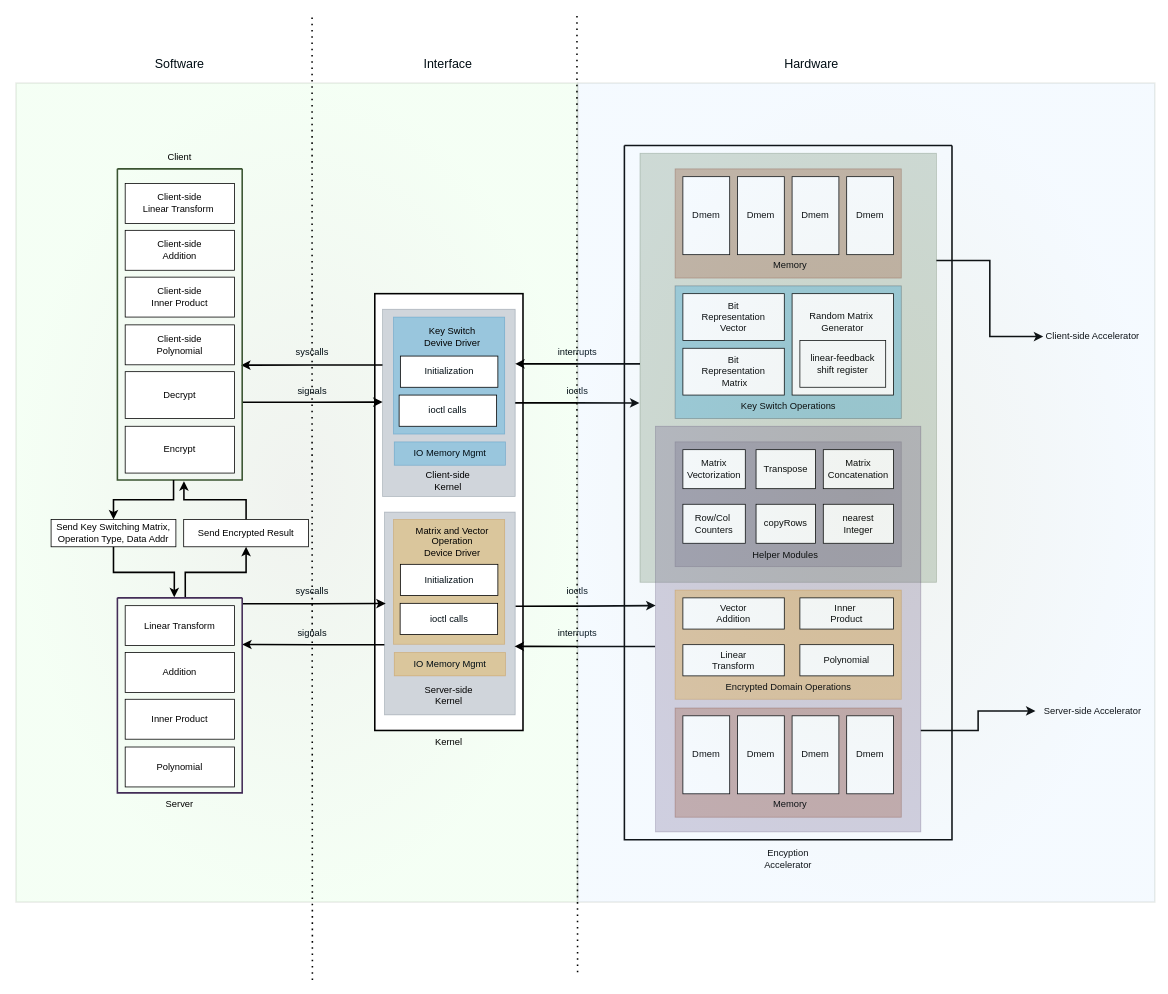
This is Design_Overview.drawio from helloworld1921/Fully_Homomorphic_Encryption_Accelerator, a draw.io file, before an edit. Source tidied: cells renumbered, new cells numbered last; positions are measured from the earlier drawing's top-left corner, leaving out a move shared by most shapes. Both pictures are drawn from the tidied source at 78%, with x=0, y=0 at pixel (16, 14).
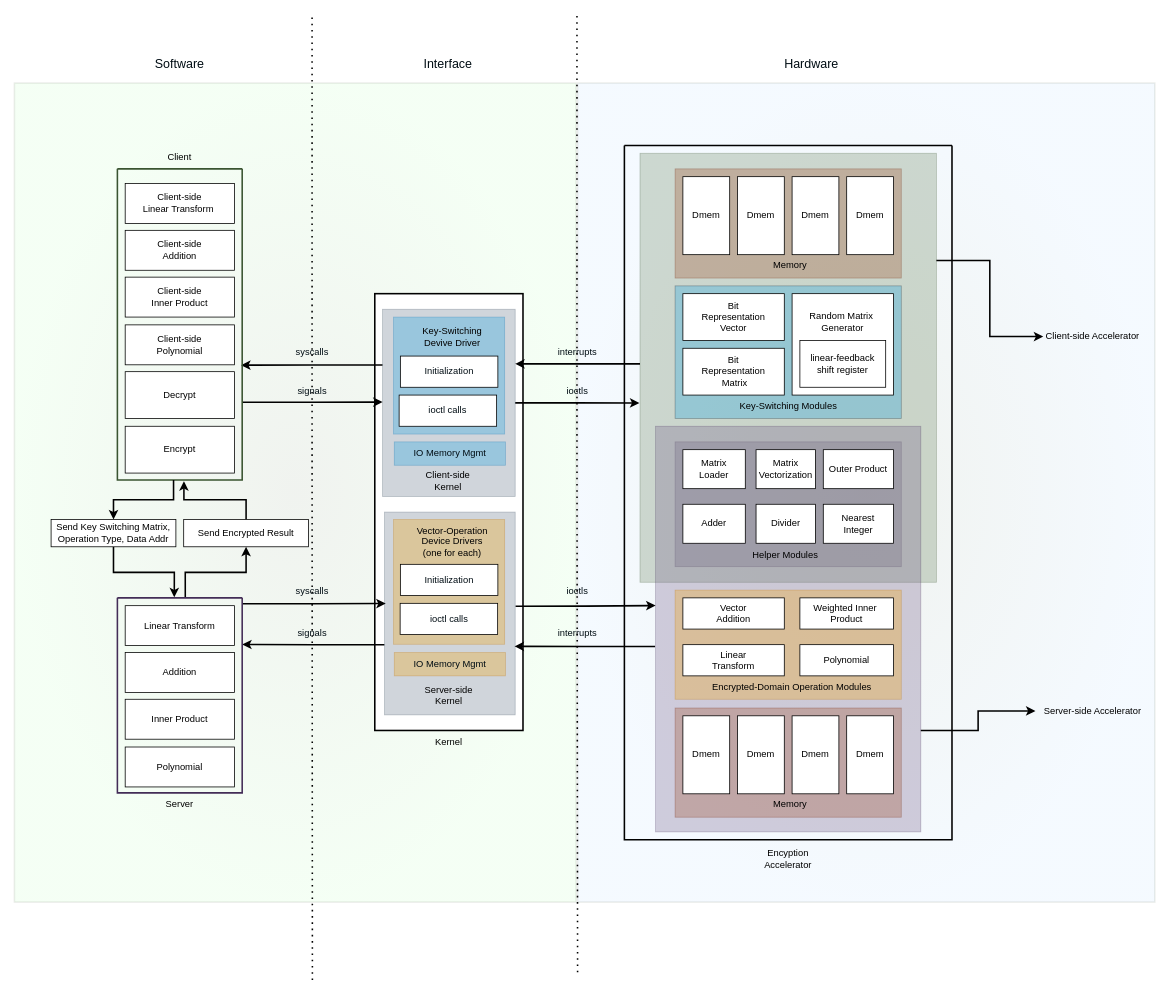
The same diagram, later.

The change refers to these unchanged cells:
```xml
<mxCell id="18" style="swimlane;startSize=0;strokeWidth=2;" parent="1" vertex="1">
  <mxGeometry x="780" y="168" width="420" height="890" as="geometry" />
</mxCell>
```

The edit, as a diff of the source:
```diff
@@
+    <mxCell id="96" style="rounded=0;whiteSpace=wrap;html=1;fontColor=#ffffff;strokeWidth=2;gradientDirection=radial;fillColor=#6d8764;strokeColor=#3A5431;opacity=10;gradientColor=#99CCFF;" parent="1" vertex="1">
+      <mxGeometry x="720" y="88" width="740" height="1050" as="geometry" />
+    </mxCell>
     <mxCell id="2" style="rounded=0;whiteSpace=wrap;html=1;fontColor=#ffffff;strokeWidth=2;gradientDirection=radial;fillColor=#6d8764;strokeColor=#3A5431;opacity=10;gradientColor=#99FF99;" parent="1" vertex="1">
-      <mxGeometry y="88" width="720" height="1050" as="geometry" />
+      <mxGeometry x="-2" y="88" width="720" height="1050" as="geometry" />
     </mxCell>
@@
-    <mxCell id="29" value="Key Switch Operations" style="text;html=1;strokeColor=none;fillColor=none;align=center;verticalAlign=middle;whiteSpace=wrap;rounded=0;opacity=30;" parent="18" vertex="1">
+    <mxCell id="29" value="Key-Switching Modules" style="text;html=1;strokeColor=none;fillColor=none;align=center;verticalAlign=middle;whiteSpace=wrap;rounded=0;opacity=30;" parent="18" vertex="1">
       <mxGeometry x="117.5" y="320" width="185" height="30" as="geometry" />
     </mxCell>
@@
-    <mxCell id="32" value="Inner&amp;nbsp;&lt;br&gt;Product" style="rounded=0;whiteSpace=wrap;html=1;" parent="18" vertex="1">
+    <mxCell id="32" value="Weighted Inner&amp;nbsp;&lt;br&gt;Product" style="rounded=0;whiteSpace=wrap;html=1;" parent="18" vertex="1">
       <mxGeometry x="225" y="580" width="120" height="40" as="geometry" />
     </mxCell>
-    <mxCell id="33" value="Encrypted Domain Operations" style="text;html=1;strokeColor=none;fillColor=none;align=center;verticalAlign=middle;whiteSpace=wrap;rounded=0;opacity=30;" parent="18" vertex="1">
-      <mxGeometry x="117.5" y="680" width="185" height="30" as="geometry" />
+    <mxCell id="33" value="Encrypted-Domain Operation Modules" style="text;html=1;strokeColor=none;fillColor=none;align=center;verticalAlign=middle;whiteSpace=wrap;rounded=0;opacity=30;" parent="18" vertex="1">
+      <mxGeometry x="110" y="680" width="210" height="30" as="geometry" />
     </mxCell>
@@
-    <mxCell id="41" value="Matrix&lt;br&gt;Vectorization" style="rounded=0;whiteSpace=wrap;html=1;" parent="18" vertex="1">
+    <mxCell id="41" value="Matrix&lt;br&gt;Loader" style="rounded=0;whiteSpace=wrap;html=1;" parent="18" vertex="1">
       <mxGeometry x="75" y="390" width="80" height="50" as="geometry" />
     </mxCell>
-    <mxCell id="42" value="Transpose" style="rounded=0;whiteSpace=wrap;html=1;" parent="18" vertex="1">
+    <mxCell id="42" value="Matrix&lt;br&gt;Vectorization" style="rounded=0;whiteSpace=wrap;html=1;" parent="18" vertex="1">
       <mxGeometry x="168.8" y="390" width="76.2" height="50" as="geometry" />
     </mxCell>
-    <mxCell id="43" value="Row/Col&amp;nbsp;&lt;br&gt;Counters" style="rounded=0;whiteSpace=wrap;html=1;" parent="18" vertex="1">
+    <mxCell id="43" value="Adder" style="rounded=0;whiteSpace=wrap;html=1;" parent="18" vertex="1">
       <mxGeometry x="75" y="460" width="80" height="50" as="geometry" />
     </mxCell>
-    <mxCell id="44" value="nearest&lt;br&gt;Integer" style="rounded=0;whiteSpace=wrap;html=1;" parent="18" vertex="1">
+    <mxCell id="44" value="Nearest&lt;br&gt;Integer" style="rounded=0;whiteSpace=wrap;html=1;" parent="18" vertex="1">
       <mxGeometry x="255" y="460" width="90" height="50" as="geometry" />
     </mxCell>
-    <mxCell id="45" value="Matrix&lt;br&gt;Concatenation" style="rounded=0;whiteSpace=wrap;html=1;" parent="18" vertex="1">
+    <mxCell id="45" value="Outer Product" style="rounded=0;whiteSpace=wrap;html=1;" parent="18" vertex="1">
       <mxGeometry x="255" y="390" width="90" height="50" as="geometry" />
     </mxCell>
-    <mxCell id="46" value="copyRows" style="rounded=0;whiteSpace=wrap;html=1;" parent="18" vertex="1">
+    <mxCell id="46" value="Divider" style="rounded=0;whiteSpace=wrap;html=1;" parent="18" vertex="1">
       <mxGeometry x="168.8" y="460" width="76.2" height="50" as="geometry" />
     </mxCell>
@@
-    <mxCell id="59" value="Key Switch &lt;br&gt;Devive Driver" style="text;html=1;strokeColor=none;fillColor=none;align=center;verticalAlign=middle;whiteSpace=wrap;rounded=0;opacity=30;" parent="1" vertex="1">
+    <mxCell id="59" value="Key-Switching&lt;br&gt;Devive Driver" style="text;html=1;strokeColor=none;fillColor=none;align=center;verticalAlign=middle;whiteSpace=wrap;rounded=0;opacity=30;" parent="1" vertex="1">
       <mxGeometry x="497.8" y="398" width="122.5" height="30" as="geometry" />
     </mxCell>
@@
-    <mxCell id="78" value="Matrix and Vector Operation &lt;br&gt;Device Driver" style="text;html=1;strokeColor=none;fillColor=none;align=center;verticalAlign=middle;whiteSpace=wrap;rounded=0;opacity=30;" parent="1" vertex="1">
+    <mxCell id="78" value="Vector-Operation &lt;br&gt;Device Drivers&lt;br&gt;(one for each)" style="text;html=1;strokeColor=none;fillColor=none;align=center;verticalAlign=middle;whiteSpace=wrap;rounded=0;opacity=30;" parent="1" vertex="1">
       <mxGeometry x="497.8" y="660" width="122.5" height="31.2" as="geometry" />
     </mxCell>
@@
-    <mxCell id="96" style="rounded=0;whiteSpace=wrap;html=1;fontColor=#ffffff;strokeWidth=2;gradientDirection=radial;fillColor=#6d8764;strokeColor=#3A5431;opacity=10;gradientColor=#99CCFF;" parent="1" vertex="1">
-      <mxGeometry x="720" y="88" width="740" height="1050" as="geometry" />
-    </mxCell>
```
